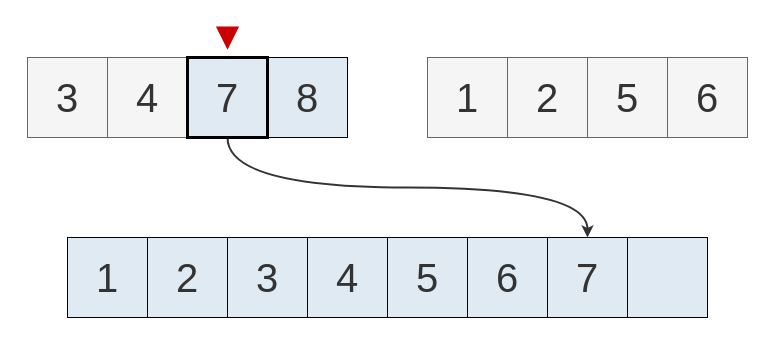
The draw.io diagram page "11" (12 of 13) of teoria/04_estructuras_y_algoritmos/imgs/03/merge_sort_fusion.drawio in ee-unr/programacion-2, before the edit. Source tidied: cells renumbered, new cells numbered last; positions are measured from the earlier drawing's top-left corner, leaving out a move shared by most shapes. Both pictures are drawn from the tidied source at 100%, with x=0, y=0 at pixel (17, 17).
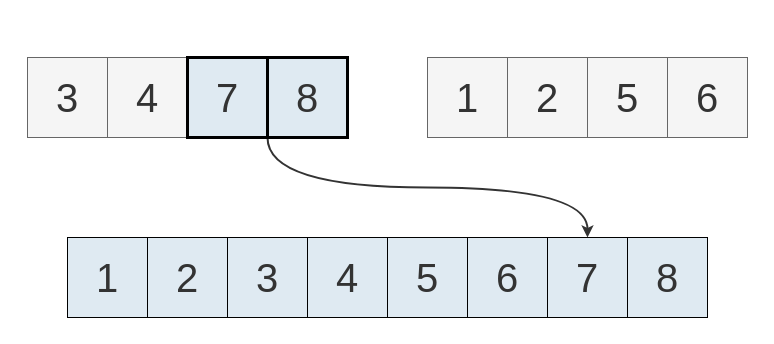
The same diagram, later.

Unchanged cells that the change refers to:
```xml
<mxCell id="16" value="&lt;font face=&quot;Cascadia Code&quot; color=&quot;#333333&quot;&gt;&lt;span style=&quot;font-size: 40px;&quot;&gt;7&lt;/span&gt;&lt;/font&gt;" style="rounded=0;whiteSpace=wrap;html=1;fillColor=#DFEAF2;fontSize=34;" parent="1" vertex="1">
  <mxGeometry x="530" y="220" width="80" height="80" as="geometry" />
</mxCell>
<mxCell id="18" style="group;" parent="1" vertex="1">
  <mxGeometry x="170" y="10" width="80" height="110" as="geometry" />
</mxCell>
<mxCell id="19" value="&lt;font style=&quot;font-size: 40px;&quot; color=&quot;#333333&quot; face=&quot;Cascadia Code&quot;&gt;7&lt;/font&gt;" style="rounded=0;whiteSpace=wrap;html=1;fillColor=#DFEAF2;fontSize=34;strokeWidth=3;" parent="18" vertex="1">
  <mxGeometry y="30" width="80" height="80" as="geometry" />
</mxCell>
```

Diff of the diagram source:
```diff
@@
-    <mxCell id="3" style="edgeStyle=orthogonalEdgeStyle;rounded=0;jettySize=auto;html=1;exitX=0.5;exitY=1;exitDx=0;exitDy=0;strokeWidth=2;curved=1;strokeColor=#333333;" parent="1" edge="1" source="19" target="16">
+    <mxCell id="3" style="edgeStyle=orthogonalEdgeStyle;rounded=0;jettySize=auto;html=1;exitX=0;exitY=1;exitDx=0;exitDy=0;strokeWidth=2;curved=1;strokeColor=#333333;" parent="1" edge="1" source="6" target="16">
       <mxGeometry relative="1" as="geometry" />
     </mxCell>
@@
-    <mxCell id="6" value="&lt;font style=&quot;font-size: 40px;&quot; color=&quot;#333333&quot; face=&quot;Cascadia Code&quot;&gt;8&lt;/font&gt;" style="rounded=0;whiteSpace=wrap;html=1;fillColor=#DFEAF2;fontSize=34;" parent="1" vertex="1">
+    <mxCell id="6" value="&lt;font style=&quot;font-size: 40px;&quot; color=&quot;#333333&quot; face=&quot;Cascadia Code&quot;&gt;8&lt;/font&gt;" style="rounded=0;whiteSpace=wrap;html=1;fillColor=#DFEAF2;fontSize=34;strokeWidth=3;" parent="1" vertex="1">
       <mxGeometry x="250" y="40" width="80" height="80" as="geometry" />
     </mxCell>
@@
-    <mxCell id="17" style="rounded=0;whiteSpace=wrap;html=1;fillColor=#DFEAF2;fontSize=34;" parent="1" vertex="1">
+    <mxCell id="17" value="&lt;span style=&quot;color: rgb(51, 51, 51); font-family: &amp;quot;Cascadia Code&amp;quot;; font-size: 40px;&quot;&gt;8&lt;/span&gt;" style="rounded=0;whiteSpace=wrap;html=1;fillColor=#DFEAF2;fontSize=34;" parent="1" vertex="1">
       <mxGeometry x="610" y="220" width="80" height="80" as="geometry" />
     </mxCell>
@@
-    <mxCell id="20" style="triangle;whiteSpace=wrap;html=1;rotation=90;fillColor=#CC0000;strokeColor=#CC0000;strokeWidth=2;" parent="18" vertex="1">
-      <mxGeometry x="30" width="20" height="20" as="geometry" />
-    </mxCell>
```
